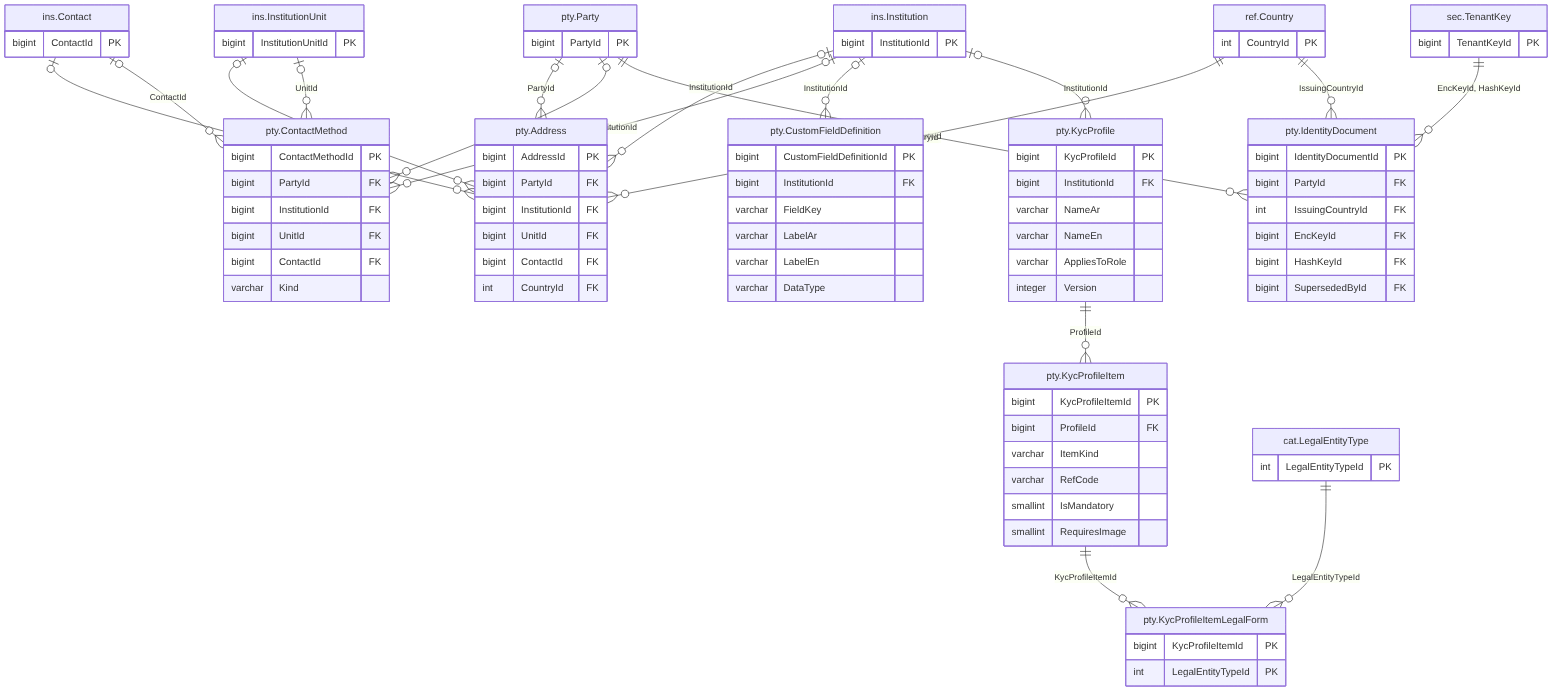
thawrasy/smartlines keeps this Mermaid diagram as treasury-platform/docs/diagrams/erd/m1_party_1.png. Above is the earlier version. Its source is kept beside it as treasury-platform/docs/diagrams/erd/m1_party_1.mmd.
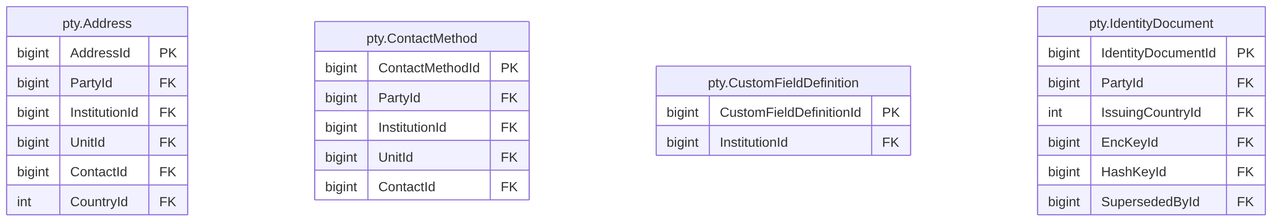
After the commit.

Diff of the diagram source:
```diff
@@ -13,15 +13,10 @@
     bigint InstitutionId FK
     bigint UnitId FK
     bigint ContactId FK
-    varchar Kind
   }
   pty_CustomFieldDefinition["pty.CustomFieldDefinition"] {
     bigint CustomFieldDefinitionId PK
     bigint InstitutionId FK
-    varchar FieldKey
-    varchar LabelAr
-    varchar LabelEn
-    varchar DataType
   }
   pty_IdentityDocument["pty.IdentityDocument"] {
     bigint IdentityDocumentId PK
@@ -31,61 +26,3 @@
     bigint HashKeyId FK
     bigint SupersededById FK
   }
-  pty_KycProfile["pty.KycProfile"] {
-    bigint KycProfileId PK
-    bigint InstitutionId FK
-    varchar NameAr
-    varchar NameEn
-    varchar AppliesToRole
-    integer Version
-  }
-  pty_KycProfileItem["pty.KycProfileItem"] {
-    bigint KycProfileItemId PK
-    bigint ProfileId FK
-    varchar ItemKind
-    varchar RefCode
-    smallint IsMandatory
-    smallint RequiresImage
-  }
-  pty_KycProfileItemLegalForm["pty.KycProfileItemLegalForm"] {
-    bigint KycProfileItemId PK
-    int LegalEntityTypeId PK
-  }
-  cat_LegalEntityType["cat.LegalEntityType"] {
-    int LegalEntityTypeId PK
-  }
-  ins_Contact["ins.Contact"] {
-    bigint ContactId PK
-  }
-  ins_Institution["ins.Institution"] {
-    bigint InstitutionId PK
-  }
-  ins_InstitutionUnit["ins.InstitutionUnit"] {
-    bigint InstitutionUnitId PK
-  }
-  pty_Party["pty.Party"] {
-    bigint PartyId PK
-  }
-  ref_Country["ref.Country"] {
-    int CountryId PK
-  }
-  sec_TenantKey["sec.TenantKey"] {
-    bigint TenantKeyId PK
-  }
-  cat_LegalEntityType ||--o{ pty_KycProfileItemLegalForm : "LegalEntityTypeId"
-  ins_Contact |o--o{ pty_Address : "ContactId"
-  ins_Contact |o--o{ pty_ContactMethod : "ContactId"
-  ins_Institution |o--o{ pty_Address : "InstitutionId"
-  ins_Institution |o--o{ pty_ContactMethod : "InstitutionId"
-  ins_Institution |o--o{ pty_CustomFieldDefinition : "InstitutionId"
-  ins_Institution |o--o{ pty_KycProfile : "InstitutionId"
-  ins_InstitutionUnit |o--o{ pty_Address : "UnitId"
-  ins_InstitutionUnit |o--o{ pty_ContactMethod : "UnitId"
-  pty_KycProfile ||--o{ pty_KycProfileItem : "ProfileId"
-  pty_KycProfileItem ||--o{ pty_KycProfileItemLegalForm : "KycProfileItemId"
-  pty_Party |o--o{ pty_Address : "PartyId"
-  pty_Party |o--o{ pty_ContactMethod : "PartyId"
-  pty_Party ||--o{ pty_IdentityDocument : "PartyId"
-  ref_Country ||--o{ pty_Address : "CountryId"
-  ref_Country ||--o{ pty_IdentityDocument : "IssuingCountryId"
-  sec_TenantKey ||--o{ pty_IdentityDocument : "EncKeyId, HashKeyId"
```
